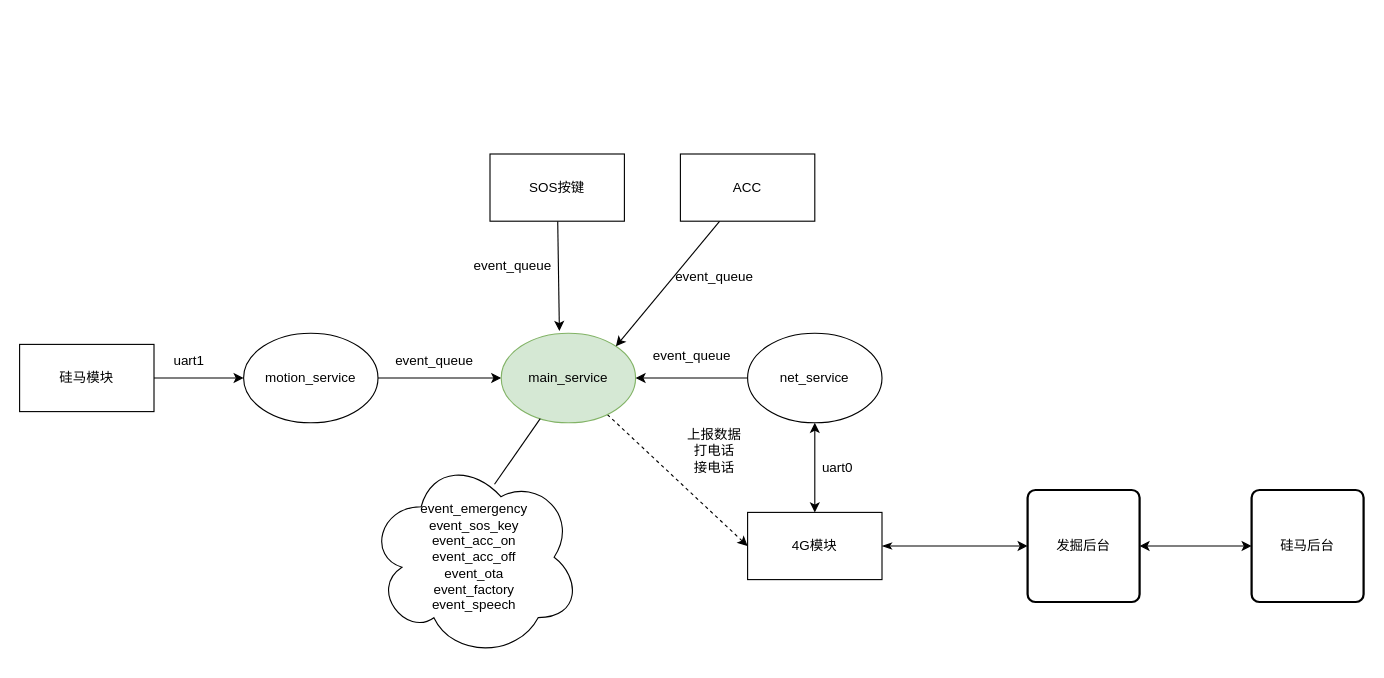
Before: CP002.drawio in zhangmeizhen/test2, a draw.io diagram. Source tidied: cells renumbered, new cells numbered last; positions are measured from the earlier drawing's top-left corner, leaving out a move shared by most shapes. Both pictures are drawn from the tidied source at 112%, with x=0, y=0 at pixel (19, 153).
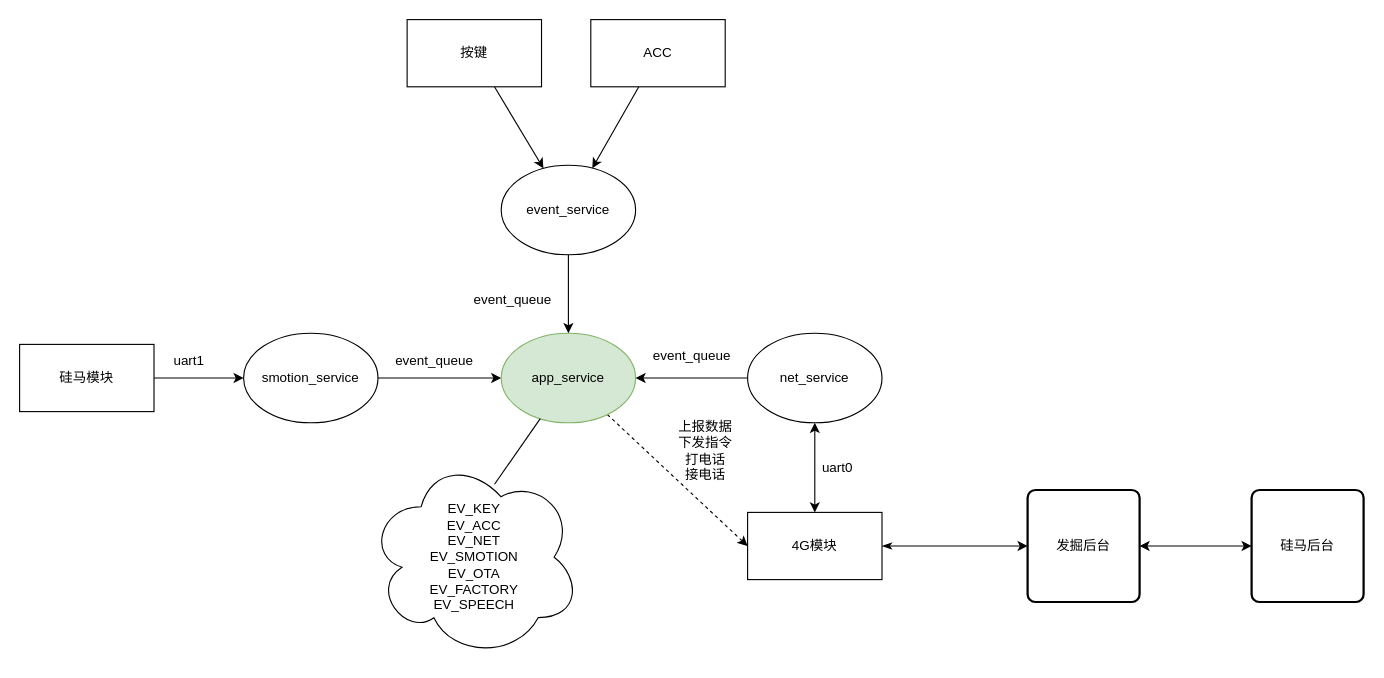
The same diagram, later.

The edit, as a diff of the source:
```diff
@@
-    <mxCell id="5" value="&lt;span&gt;motion_service&lt;/span&gt;" style="ellipse;whiteSpace=wrap;html=1;" parent="1" vertex="1">
+    <mxCell id="5" value="&lt;span&gt;smotion_service&lt;/span&gt;" style="ellipse;whiteSpace=wrap;html=1;" parent="1" vertex="1">
       <mxGeometry x="200" y="160" width="120" height="80" as="geometry" />
     </mxCell>
@@
-    <mxCell id="10" value="main_service" style="ellipse;whiteSpace=wrap;html=1;fillColor=#d5e8d4;strokeColor=#82b366;" parent="1" vertex="1">
+    <mxCell id="10" value="app_service" style="ellipse;whiteSpace=wrap;html=1;fillColor=#d5e8d4;strokeColor=#82b366;" parent="1" vertex="1">
       <mxGeometry x="430" y="160" width="120" height="80" as="geometry" />
     </mxCell>
@@
-    <mxCell id="19" style="edgeStyle=none;rounded=0;jettySize=auto;html=1;entryX=0.433;entryY=-0.025;entryDx=0;entryDy=0;entryPerimeter=0;startArrow=none;startFill=0;" parent="1" edge="1" source="20" target="10">
-      <mxGeometry relative="1" as="geometry" />
-    </mxCell>
+    <mxCell id="29" style="rounded=0;jettySize=auto;html=1;" parent="1" edge="1" source="20" target="32">
+      <mxGeometry relative="1" as="geometry" />
+    </mxCell>
-    <mxCell id="20" value="SOS按键" style="rounded=0;whiteSpace=wrap;html=1;" parent="1" vertex="1">
-      <mxGeometry x="420" width="120" height="60" as="geometry" />
+    <mxCell id="20" value="按键" style="rounded=0;whiteSpace=wrap;html=1;" parent="1" vertex="1">
+      <mxGeometry x="346" y="-120" width="120" height="60" as="geometry" />
     </mxCell>
     <mxCell id="21" value="event_queue" style="text;html=1;align=center;verticalAlign=middle;" parent="1" vertex="1">
-      <mxGeometry x="400" y="90" width="80" height="20" as="geometry" />
+      <mxGeometry x="400" y="120" width="80" height="20" as="geometry" />
     </mxCell>
@@
-    <mxCell id="23" value="上报数据&lt;br&gt;打电话&lt;br&gt;接电话" style="text;html=1;align=center;verticalAlign=middle;" parent="1" vertex="1">
-      <mxGeometry x="590" y="240" width="60" height="50" as="geometry" />
+    <mxCell id="23" value="上报数据&lt;br&gt;下发指令&lt;br&gt;打电话&lt;br&gt;接电话" style="text;html=1;align=center;verticalAlign=middle;" parent="1" vertex="1">
+      <mxGeometry x="582" y="235" width="60" height="60" as="geometry" />
     </mxCell>
-    <mxCell id="24" value="event_emergency&lt;br&gt;event_sos_key&lt;br&gt;event_acc_on&lt;br&gt;event_acc_off&lt;br&gt;event_ota&lt;br&gt;event_factory&lt;br&gt;event_speech" style="ellipse;shape=cloud;whiteSpace=wrap;html=1;" parent="1" vertex="1">
+    <mxCell id="24" value="EV_KEY&lt;br&gt;EV_ACC&lt;br&gt;EV_NET&lt;br&gt;EV_SMOTION&lt;br&gt;EV_OTA&lt;br&gt;EV_FACTORY&lt;br&gt;EV_SPEECH" style="ellipse;shape=cloud;whiteSpace=wrap;html=1;" parent="1" vertex="1">
       <mxGeometry x="311" y="270" width="190" height="180" as="geometry" />
     </mxCell>
@@
-    <mxCell id="26" style="edgeStyle=none;rounded=0;jettySize=auto;html=1;entryX=1;entryY=0;entryDx=0;entryDy=0;startArrow=none;startFill=0;" parent="1" edge="1" source="27" target="10">
-      <mxGeometry relative="1" as="geometry" />
-    </mxCell>
+    <mxCell id="30" style="edgeStyle=none;rounded=0;jettySize=auto;html=1;" parent="1" edge="1" source="27" target="32">
+      <mxGeometry relative="1" as="geometry" />
+    </mxCell>
     <mxCell id="27" value="ACC" style="rounded=0;whiteSpace=wrap;html=1;" parent="1" vertex="1">
-      <mxGeometry x="590" width="120" height="60" as="geometry" />
+      <mxGeometry x="510" y="-120" width="120" height="60" as="geometry" />
     </mxCell>
-    <mxCell id="28" value="event_queue" style="text;html=1;align=center;verticalAlign=middle;" parent="1" vertex="1">
-      <mxGeometry x="580" y="100" width="80" height="20" as="geometry" />
-    </mxCell>
+    <mxCell id="31" style="edgeStyle=none;rounded=0;jettySize=auto;html=1;entryX=0.5;entryY=0;entryDx=0;entryDy=0;" parent="1" edge="1" source="32" target="10">
+      <mxGeometry relative="1" as="geometry" />
+    </mxCell>
+    <mxCell id="32" value="event_service" style="ellipse;whiteSpace=wrap;html=1;" parent="1" vertex="1">
+      <mxGeometry x="430" y="10" width="120" height="80" as="geometry" />
+    </mxCell>
```
